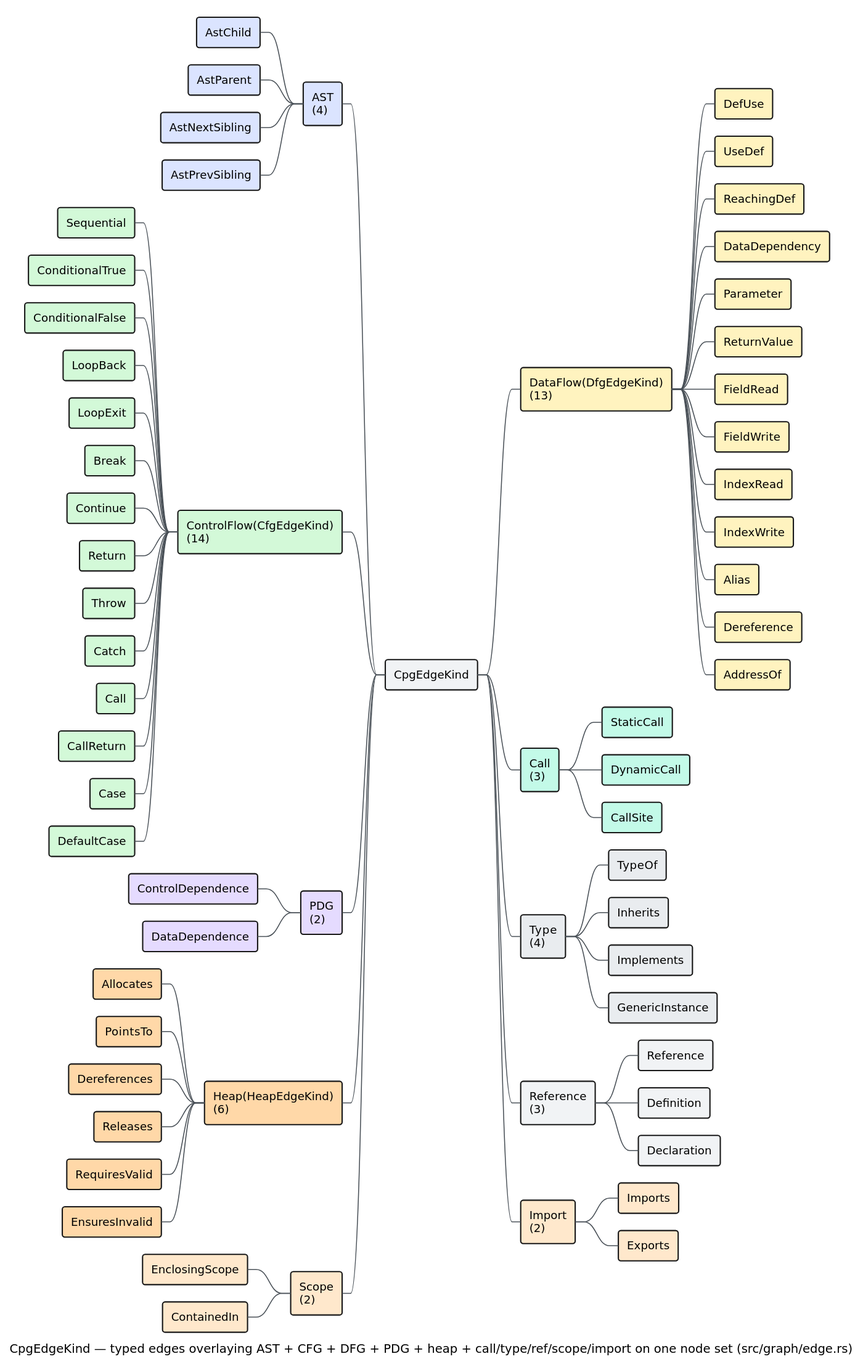
Before: docs/diagrams/edge-kind-taxonomy.svg, a diagram exported from PlantUML (vinary-tree/libcpg). Its source is kept beside it as docs/diagrams/edge-kind-taxonomy.puml.
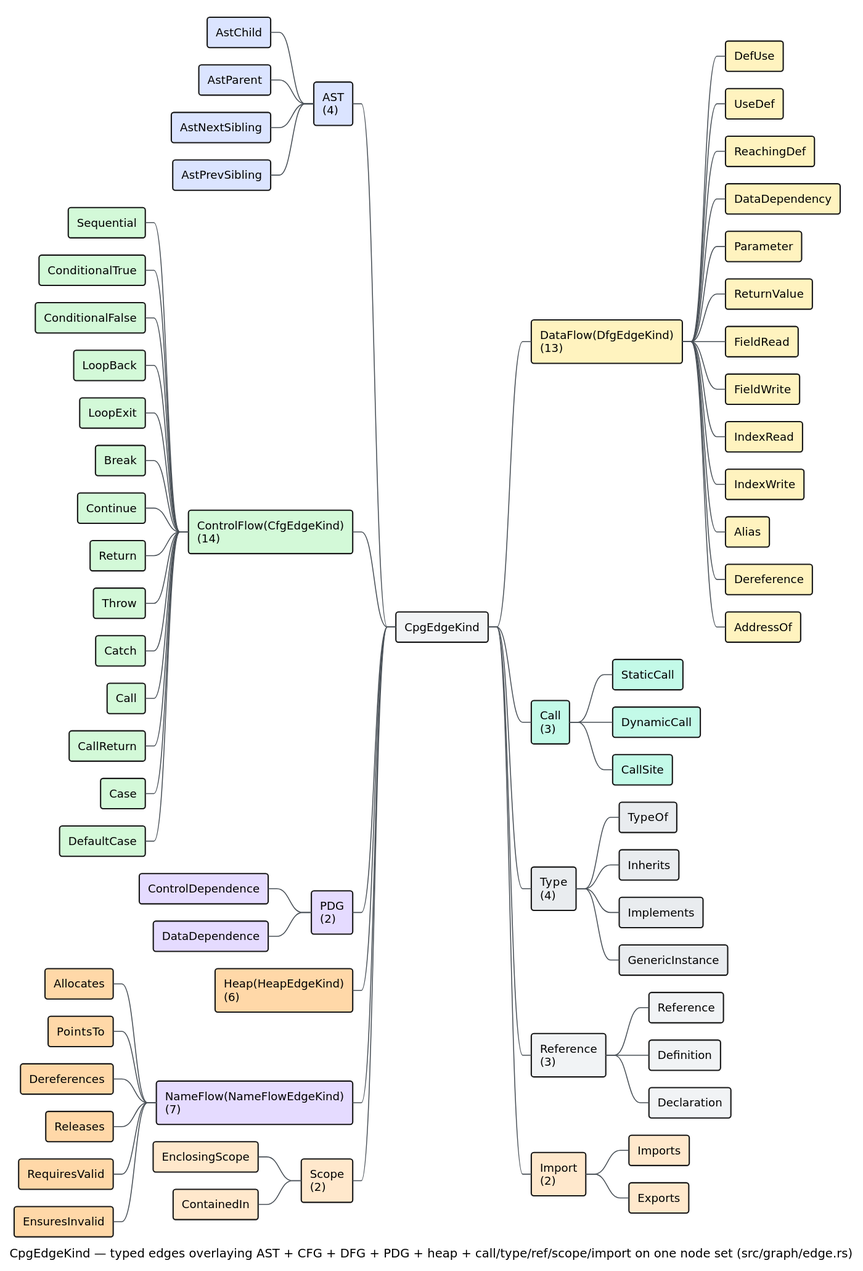
After the change.

The edit, as a diff of the source:
```diff
@@ -33,6 +33,7 @@
 ***[#E5DBFF] DataDependence
 
 **[#FFD8A8] Heap(HeapEdgeKind)\n(6)
+**[#E5DBFF] NameFlow(NameFlowEdgeKind)\n(7)
 ***[#FFD8A8] Allocates
 ***[#FFD8A8] PointsTo
 ***[#FFD8A8] Dereferences
```
